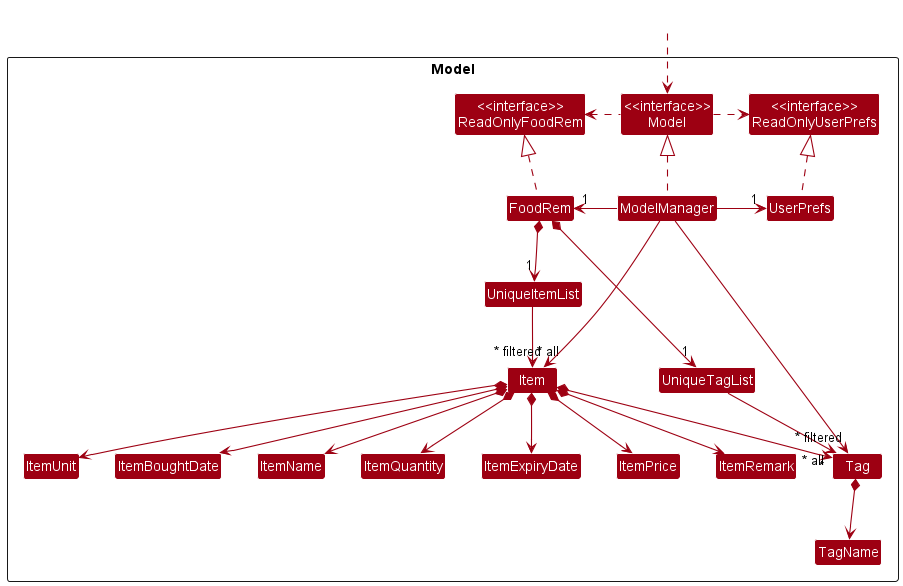
Above: docs/images/ModelClassDiagram.png in c-wenlong/tp (PlantUML), before the change.
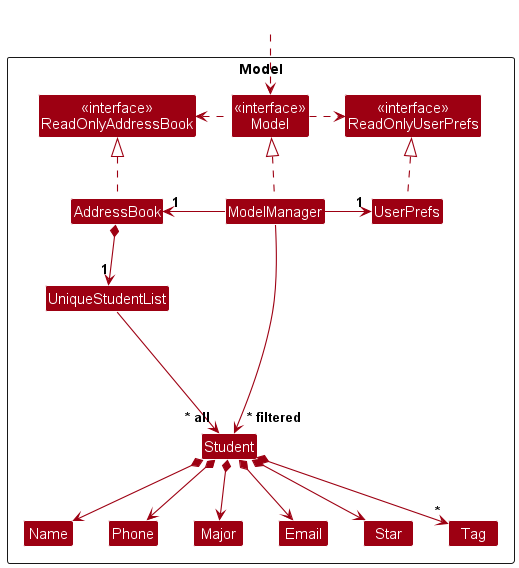
Later version of the same file.

Diff of the diagram source:
```diff
@@ -4,60 +4,53 @@
 skinparam arrowColor MODEL_COLOR
 skinparam classBackgroundColor MODEL_COLOR
 
-Package Model <<Rectangle>>{
-Class "<<interface>>\nReadOnlyFoodRem" as ReadOnlyFoodRem
+Package Model as ModelPackage <<Rectangle>>{
+Class "<<interface>>\nReadOnlyAddressBook" as ReadOnlyAddressBook
 Class "<<interface>>\nReadOnlyUserPrefs" as ReadOnlyUserPrefs
 Class "<<interface>>\nModel" as Model
-Class FoodRem
+Class AddressBook
 Class ModelManager
 Class UserPrefs
 
-Class UniqueItemList
-Class UniqueTagList
-Class Item
-Class ItemName
-Class ItemQuantity
-Class ItemUnit
-Class ItemBoughtDate
-Class ItemExpiryDate
-Class ItemPrice
-Class ItemRemark
+Class UniqueStudentList
+Class Student
+Class Major
+Class Email
+Class Name
+Class Phone
+Class Star
 Class Tag
-Class TagName
+
+Class I #FFFFFF
 }
 
 Class HiddenOutside #FFFFFF
 HiddenOutside ..> Model
 
-FoodRem .up.|> ReadOnlyFoodRem
+AddressBook .up.|> ReadOnlyAddressBook
 
 ModelManager .up.|> Model
 Model .right.> ReadOnlyUserPrefs
-Model .left.> ReadOnlyFoodRem
-ModelManager -left-> "1" FoodRem
+Model .left.> ReadOnlyAddressBook
+ModelManager -left-> "1" AddressBook
 ModelManager -right-> "1" UserPrefs
 UserPrefs .up.|> ReadOnlyUserPrefs
 
-FoodRem *--> "1" UniqueItemList
-FoodRem *--> "1" UniqueTagList
-UniqueItemList --> "~* all" Item
-Item *--> ItemUnit
-Item *--> ItemBoughtDate
-Item *--> ItemExpiryDate
-Item *--> ItemQuantity
-Item *--> ItemName
-Item *--> ItemPrice
-Item *--> ItemRemark
-Item *--> "*" Tag
-Tag *--> TagName
+AddressBook *--> "1" UniqueStudentList
+UniqueStudentList --> "~* all" Student
+Student *--> Name
+Student *--> Phone
+Student *--> Email
+Student *--> Major
+Student *--> Star
+Student *--> "*" Tag
 
-UniqueTagList --> "~* all" Tag
+Student -[hidden]up--> I
+UniqueStudentList -[hidden]right-> I
 
-ItemUnit -[hidden]right-> ItemBoughtDate
-ItemBoughtDate -[hidden]right-> ItemName
-ItemName -[hidden]right-> ItemQuantity
+Name -[hidden]right-> Phone
+Phone -[hidden]right-> Major
+Major -[hidden]right-> Email
 
-ModelManager -->"~* filtered" Item
-ModelManager -->"~* filtered" Tag
-
+ModelManager --> "~* filtered" Student
 @enduml
```
